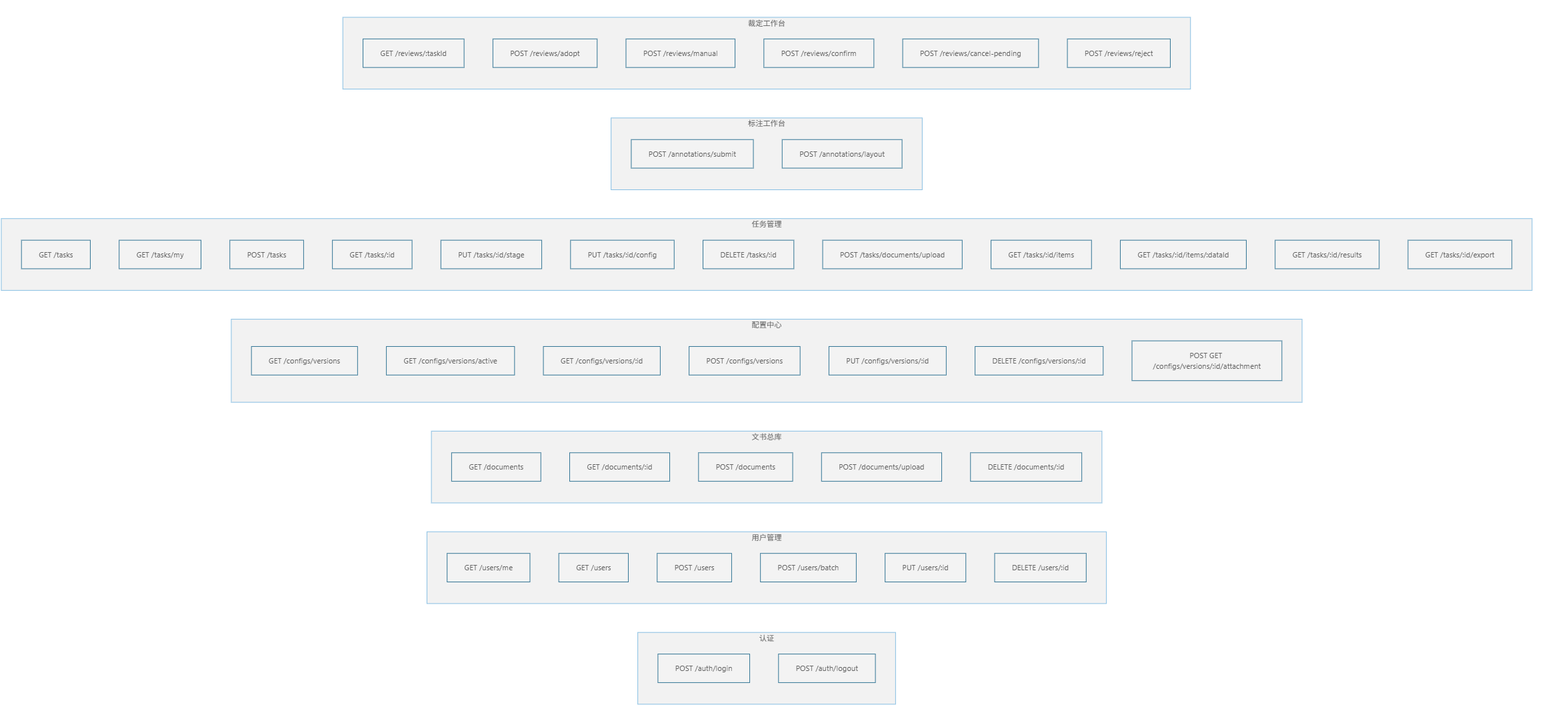
Earlier version of the Mermaid export docs/img/P3-API架构总览.png (MiaoYuxuan123/Judgement-Annotation-Platform). Its source is kept beside it as docs/img/P3-API架构总览.mmd. The source it was exported from:
```mermaid
graph LR
    subgraph 认证
        A1[POST /auth/login]
        A2[POST /auth/logout]
    end

    subgraph 用户管理
        U1[GET /users/me]
        U2[GET /users]
        U3[POST /users]
        U4[POST /users/batch]
        U5[PUT /users/:id]
        U6[DELETE /users/:id]
    end

    subgraph 文书总库
        D1[GET /documents]
        D2[GET /documents/:id]
        D3[POST /documents]
        D4[POST /documents/upload]
        D5[DELETE /documents/:id]
    end

    subgraph 配置中心
        C1[GET /configs/versions]
        C2[GET /configs/versions/active]
        C3[GET /configs/versions/:id]
        C4[POST /configs/versions]
        C5[PUT /configs/versions/:id]
        C6[DELETE /configs/versions/:id]
        C7[POST GET /configs/versions/:id/attachment]
    end

    subgraph 任务管理
        T1[GET /tasks]
        T2[GET /tasks/my]
        T3[POST /tasks]
        T4[GET /tasks/:id]
        T5[PUT /tasks/:id/stage]
        T6[PUT /tasks/:id/config]
        T7[DELETE /tasks/:id]
        T8[POST /tasks/documents/upload]
        T9[GET /tasks/:id/items]
        T10[GET /tasks/:id/items/:dataId]
        T11[GET /tasks/:id/results]
        T12[GET /tasks/:id/export]
    end

    subgraph 标注工作台
        N1[POST /annotations/submit]
        N2[POST /annotations/layout]
    end

    subgraph 裁定工作台
        R1[GET /reviews/:taskId]
        R2[POST /reviews/adopt]
        R3[POST /reviews/manual]
        R4[POST /reviews/confirm]
        R5[POST /reviews/cancel-pending]
        R6[POST /reviews/reject]
    end
```
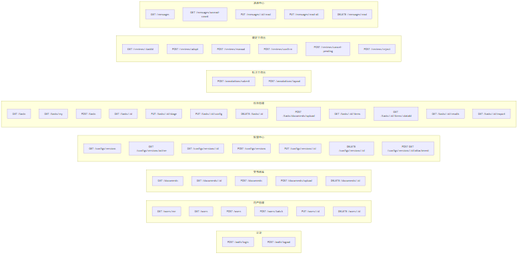
Later version of the same file.

What changed in the source:
```diff
@@ -59,3 +59,11 @@
         R5[POST /reviews/cancel-pending]
         R6[POST /reviews/reject]
     end
+
+    subgraph 消息中心
+        MSG1[GET /messages]
+        MSG2[GET /messages/unread-count]
+        MSG3[PUT /messages/:id/read]
+        MSG4[PUT /messages/read-all]
+        MSG5[DELETE /messages/read]
+    end
```
